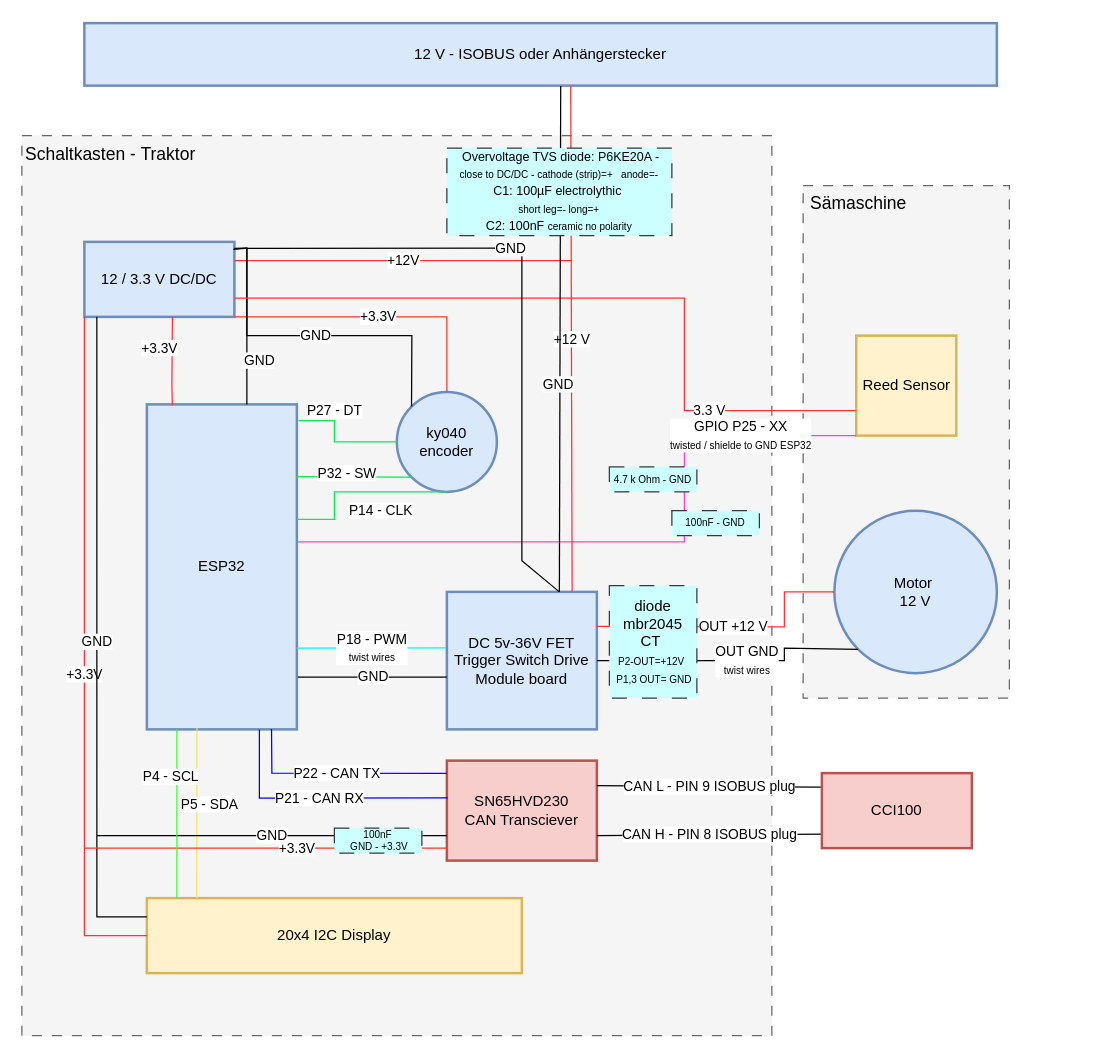
janpfrang/Ali-s-ISOBUS-motorcontrol keeps this draw.io diagram as docs_requirements/circuit_20260222.drawio. Above is the earlier version. Source tidied: cells renumbered, new cells numbered last; positions are measured from the earlier drawing's top-left corner, leaving out a move shared by most shapes. Both pictures are drawn from the tidied source at 125%, with x=0, y=0 at pixel (21, 22).
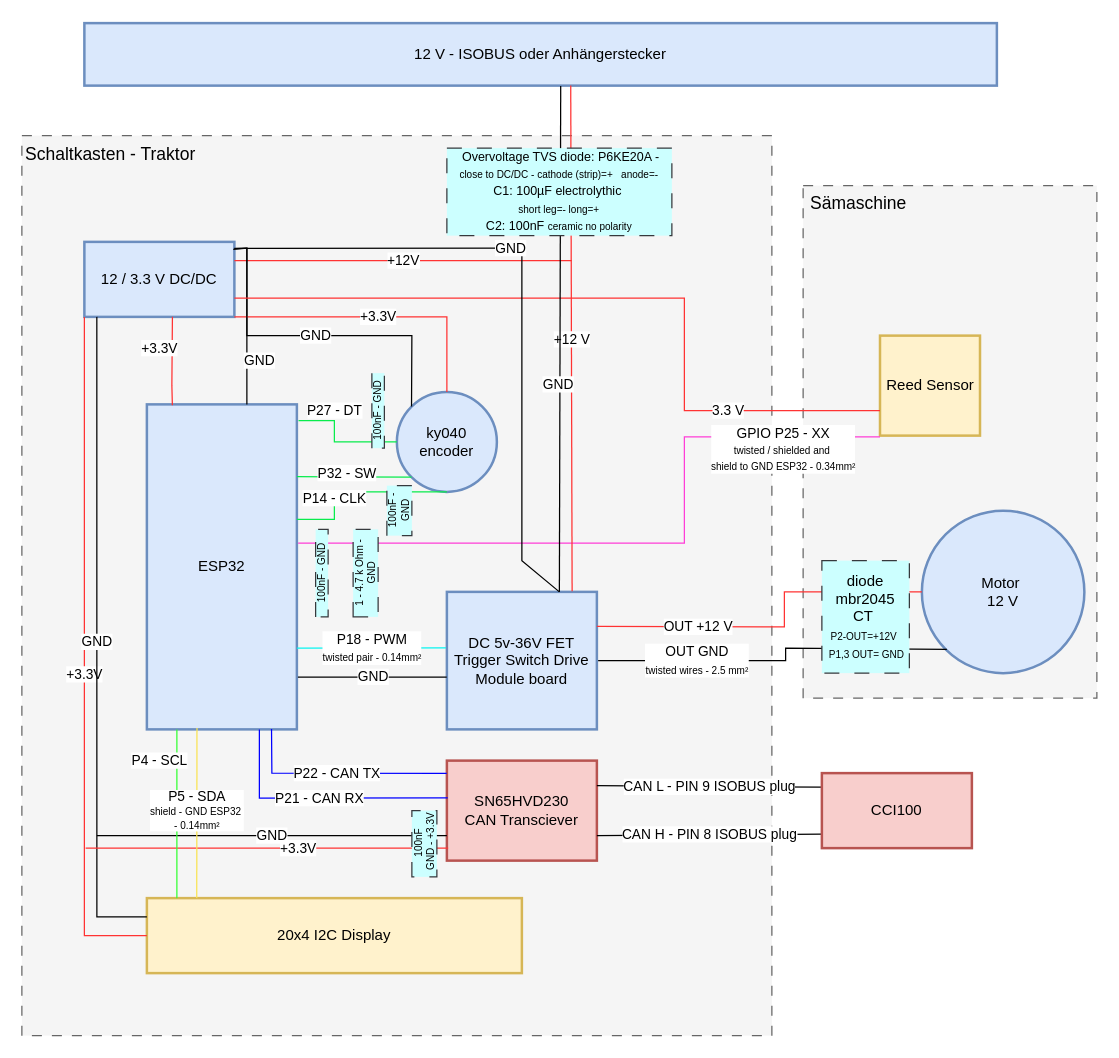
The same page after the edit.

Commit message:
Modify circuit diagram dimensions and positions

Updated the dimensions and positions of various components in the circuit diagram.

The change refers to these unchanged cells:
```xml
<mxCell id="6" value="ESP32" style="rounded=0;whiteSpace=wrap;html=1;strokeWidth=2;fillColor=#dae8fc;strokeColor=#6c8ebf;" parent="1" vertex="1">
  <mxGeometry x="100" y="305" width="120" height="260" as="geometry" />
</mxCell>
<mxCell id="7" value="20x4 I2C Display" style="rounded=0;whiteSpace=wrap;html=1;strokeWidth=2;fillColor=#fff2cc;strokeColor=#d6b656;" parent="1" vertex="1">
  <mxGeometry x="100" y="700" width="300" height="60" as="geometry" />
</mxCell>
<mxCell id="8" value="ky040 encoder" style="ellipse;whiteSpace=wrap;html=1;strokeWidth=2;fillColor=#dae8fc;strokeColor=#6c8ebf;" parent="1" vertex="1">
  <mxGeometry x="300" y="295" width="80" height="80" as="geometry" />
</mxCell>
<mxCell id="11" value="DC 5v-36V FET Trigger Switch Drive Module board" style="rounded=0;whiteSpace=wrap;html=1;strokeWidth=2;fillColor=#dae8fc;strokeColor=#6c8ebf;" parent="1" vertex="1">
  <mxGeometry x="340" y="455" width="120" height="110" as="geometry" />
</mxCell>
<mxCell id="31" value="SN65HVD230&lt;div&gt;CAN Transciever&lt;/div&gt;" style="rounded=0;whiteSpace=wrap;html=1;strokeWidth=2;fillColor=#f8cecc;strokeColor=#b85450;" parent="1" vertex="1">
  <mxGeometry x="340" y="590" width="120" height="80" as="geometry" />
</mxCell>
```

The edit, as a diff of the source:
```diff
@@
     <mxCell id="2" style="rounded=0;whiteSpace=wrap;html=1;dashed=1;dashPattern=8 8;align=center;fillColor=#f5f5f5;fontColor=#333333;strokeColor=#666666;" parent="1" vertex="1">
-      <mxGeometry x="625" y="130" width="165" height="410" as="geometry" />
+      <mxGeometry x="625" y="130" width="235" height="410" as="geometry" />
     </mxCell>
@@
     <mxCell id="9" value="Motor&amp;nbsp;&lt;div&gt;12 V&lt;/div&gt;" style="ellipse;whiteSpace=wrap;html=1;strokeWidth=2;fillColor=#dae8fc;strokeColor=#6c8ebf;" parent="1" vertex="1">
-      <mxGeometry x="650" y="390" width="130" height="130" as="geometry" />
+      <mxGeometry x="720" y="390" width="130" height="130" as="geometry" />
     </mxCell>
     <mxCell id="10" value="Reed Sensor" style="whiteSpace=wrap;html=1;strokeWidth=2;fillColor=#fff2cc;strokeColor=#d6b656;" parent="1" vertex="1">
-      <mxGeometry x="667.5" y="250" width="80" height="80" as="geometry" />
+      <mxGeometry x="686.5" y="250" width="80" height="80" as="geometry" />
     </mxCell>
@@
-    <mxCell id="13" value="P5 - SDA" style="endArrow=none;html=1;rounded=0;exitX=0.334;exitY=0.996;exitDx=0;exitDy=0;exitPerimeter=0;entryX=0.133;entryY=0;entryDx=0;entryDy=0;entryPerimeter=0;strokeColor=light-dark(#f9e353, #ededed);" parent="1" edge="1" source="6" target="7">
-      <mxGeometry x="-0.1" y="10" relative="1" as="geometry" />
-    </mxCell>
@@
     <mxCell id="22" value="P14 - CLK" style="endArrow=none;html=1;rounded=0;entryX=0.5;entryY=1;entryDx=0;entryDy=0;strokeColor=light-dark(#09ec4d, #ededed);" parent="1" edge="1" target="8">
-      <mxGeometry x="0.26" y="-15" relative="1" as="geometry">
+      <mxGeometry x="-0.34" relative="1" as="geometry">
         <mxPoint x="220" y="397" as="sourcePoint" />
         <Array as="points">
           <mxPoint x="250" y="397" />
           <mxPoint x="250" y="375" />
         </Array>
       </mxGeometry>
     </mxCell>
-    <mxCell id="23" value="&lt;div&gt;GPIO P25 - XX&lt;/div&gt;&lt;div&gt;&lt;font style=&quot;font-size: 8px;&quot;&gt;twisted / shielde to GND ESP32&lt;/font&gt;&lt;/div&gt;" style="endArrow=none;html=1;rounded=0;exitX=1.008;exitY=0.423;exitDx=0;exitDy=0;entryX=0;entryY=1;entryDx=0;entryDy=0;strokeColor=#FF3ED8;exitPerimeter=0;" parent="1" edge="1" source="6" target="10">
-      <mxGeometry x="0.65" relative="1" as="geometry">
+    <mxCell id="23" value="&lt;div&gt;GPIO P25 - XX&lt;/div&gt;&lt;div&gt;&lt;font style=&quot;font-size: 8px;&quot;&gt;twisted / shielded and&amp;nbsp;&lt;/font&gt;&lt;/div&gt;&lt;div&gt;&lt;font style=&quot;font-size: 8px;&quot;&gt;shield to GND ESP32 - 0.34mm²&lt;/font&gt;&lt;/div&gt;" style="endArrow=none;html=1;rounded=0;exitX=1.008;exitY=0.423;exitDx=0;exitDy=0;entryX=0;entryY=1;entryDx=0;entryDy=0;strokeColor=#FF3ED8;exitPerimeter=0;" parent="1" edge="1">
+      <mxGeometry x="0.72" y="-10" relative="1" as="geometry">
+        <mxPoint x="221" y="416" as="sourcePoint" />
+        <mxPoint x="686.5" y="331" as="targetPoint" />
         <Array as="points">
-          <mxPoint x="530" y="415" />
-          <mxPoint x="530" y="330" />
+          <mxPoint x="530" y="416" />
+          <mxPoint x="530" y="331" />
         </Array>
       </mxGeometry>
     </mxCell>
@@
     <mxCell id="27" value="OUT +12 V" style="endArrow=none;html=1;rounded=0;entryX=1;entryY=0.25;entryDx=0;entryDy=0;strokeColor=#FF3333;exitX=0;exitY=0.5;exitDx=0;exitDy=0;" parent="1" edge="1" source="9" target="11">
-      <mxGeometry relative="1" as="geometry">
+      <mxGeometry x="0.44" relative="1" as="geometry">
         <Array as="points">
           <mxPoint x="610" y="455" />
           <mxPoint x="610" y="483" />
         </Array>
       </mxGeometry>
     </mxCell>
-    <mxCell id="28" value="OUT GND&lt;div&gt;&lt;font style=&quot;font-size: 8px;&quot;&gt;twist wires&lt;/font&gt;&lt;/div&gt;" style="endArrow=none;html=1;rounded=0;exitX=0;exitY=1;exitDx=0;exitDy=0;entryX=1;entryY=0.5;entryDx=0;entryDy=0;" parent="1" edge="1" source="9" target="11">
-      <mxGeometry x="-0.1" relative="1" as="geometry">
+    <mxCell id="28" value="OUT GND&lt;div&gt;&lt;font style=&quot;font-size: 8px;&quot;&gt;twisted wires - 2.5 mm²&lt;/font&gt;&lt;/div&gt;" style="endArrow=none;html=1;rounded=0;exitX=0;exitY=1;exitDx=0;exitDy=0;entryX=1;entryY=0.5;entryDx=0;entryDy=0;" parent="1" edge="1">
+      <mxGeometry x="0.45" relative="1" as="geometry">
+        <mxPoint x="740" y="501" as="sourcePoint" />
+        <mxPoint x="461" y="510" as="targetPoint" />
         <Array as="points">
-          <mxPoint x="610" y="500" />
-          <mxPoint x="610" y="510" />
+          <mxPoint x="611" y="500" />
+          <mxPoint x="611" y="510" />
         </Array>
       </mxGeometry>
     </mxCell>
-    <mxCell id="29" value="P18 - PWM&lt;div&gt;&lt;font style=&quot;font-size: 8px;&quot;&gt;twist wires&lt;/font&gt;&lt;/div&gt;" style="endArrow=none;html=1;rounded=0;exitX=1;exitY=0.75;exitDx=0;exitDy=0;entryX=-0.006;entryY=0.407;entryDx=0;entryDy=0;entryPerimeter=0;strokeColor=light-dark(#0af5f1, #ededed);" parent="1" edge="1" source="6" target="11">
+    <mxCell id="29" value="P18 - PWM&lt;div&gt;&lt;font style=&quot;font-size: 8px;&quot;&gt;twisted pair - 0.14mm²&lt;/font&gt;&lt;/div&gt;" style="endArrow=none;html=1;rounded=0;exitX=1;exitY=0.75;exitDx=0;exitDy=0;entryX=-0.006;entryY=0.407;entryDx=0;entryDy=0;entryPerimeter=0;strokeColor=light-dark(#0af5f1, #ededed);" parent="1" edge="1" source="6" target="11">
       <mxGeometry relative="1" as="geometry" />
     </mxCell>
@@
-    <mxCell id="34" value="+3.3V" style="endArrow=none;html=1;rounded=0;entryX=0;entryY=0.875;entryDx=0;entryDy=0;strokeColor=#FF3333;entryPerimeter=0;" parent="1" edge="1" target="31">
+    <mxCell id="34" value="+3.3V" style="endArrow=none;html=1;rounded=0;entryX=0;entryY=0.875;entryDx=0;entryDy=0;strokeColor=#FF3333;entryPerimeter=0;" parent="1" edge="1">
       <mxGeometry x="0.17" relative="1" as="geometry">
-        <mxPoint x="50" y="660" as="sourcePoint" />
+        <mxPoint x="51" y="660" as="sourcePoint" />
+        <mxPoint x="341" y="660" as="targetPoint" />
         <Array as="points">
-          <mxPoint x="220" y="660" />
+          <mxPoint x="221" y="660" />
         </Array>
       </mxGeometry>
     </mxCell>
@@
     <mxCell id="38" value="diode mbr2045&lt;div&gt;CT&amp;nbsp;&lt;/div&gt;&lt;div&gt;&lt;font style=&quot;font-size: 8px;&quot;&gt;P2-OUT=+12V&amp;nbsp; &amp;nbsp;P1,3 OUT= GND&lt;/font&gt;&lt;/div&gt;" style="rounded=0;whiteSpace=wrap;html=1;dashed=1;dashPattern=12 12;fillColor=light-dark(#ccffff, #006f6f);strokeColor=#36393d;" parent="1" vertex="1">
-      <mxGeometry x="470" y="450" width="70" height="90" as="geometry" />
+      <mxGeometry x="640" y="430" width="70" height="90" as="geometry" />
     </mxCell>
@@
     <mxCell id="42" value="P4 - SCL" style="endArrow=none;html=1;rounded=0;exitX=0.2;exitY=1;exitDx=0;exitDy=0;exitPerimeter=0;entryX=0.08;entryY=0;entryDx=0;entryDy=0;entryPerimeter=0;strokeColor=#33FF33;" parent="1" edge="1" source="6" target="7">
-      <mxGeometry x="-0.44" y="-5" relative="1" as="geometry" />
+      <mxGeometry x="-0.63" y="-14" relative="1" as="geometry" />
     </mxCell>
@@
-    <mxCell id="45" value="4.7 k Ohm - GND" style="rounded=0;whiteSpace=wrap;html=1;fillColor=light-dark(#ccffff, #006f6f);strokeColor=#36393d;dashed=1;dashPattern=12 12;fontSize=8;" parent="1" vertex="1">
-      <mxGeometry x="470" y="355" width="70" height="20" as="geometry" />
+    <mxCell id="45" value="1 - 4.7 k Ohm - GND" style="rounded=0;whiteSpace=wrap;html=1;fillColor=light-dark(#ccffff, #006f6f);strokeColor=#36393d;dashed=1;dashPattern=12 12;fontSize=8;rotation=-90;" parent="1" vertex="1">
+      <mxGeometry x="240" y="430" width="70" height="20" as="geometry" />
     </mxCell>
-    <mxCell id="46" value="100nF - GND" style="rounded=0;whiteSpace=wrap;html=1;fillColor=light-dark(#ccffff, #006f6f);strokeColor=#36393d;dashed=1;dashPattern=12 12;fontSize=8;" parent="1" vertex="1">
-      <mxGeometry x="520" y="390" width="70" height="20" as="geometry" />
+    <mxCell id="46" value="100nF - GND" style="rounded=0;whiteSpace=wrap;html=1;fillColor=light-dark(#ccffff, #006f6f);strokeColor=#36393d;dashed=1;dashPattern=12 12;fontSize=8;rotation=-90;" parent="1" vertex="1">
+      <mxGeometry x="205" y="435" width="70" height="10" as="geometry" />
     </mxCell>
-    <mxCell id="47" value="&lt;div&gt;100nF&lt;/div&gt;&lt;div&gt;&amp;nbsp;GND - +3.3V&lt;/div&gt;" style="rounded=0;whiteSpace=wrap;html=1;fillColor=light-dark(#ccffff, #006f6f);strokeColor=#36393d;dashed=1;dashPattern=12 12;fontSize=8;" parent="1" vertex="1">
-      <mxGeometry x="250" y="644" width="70" height="20" as="geometry" />
+    <mxCell id="47" value="&lt;div&gt;100nF&lt;/div&gt;&lt;div&gt;&amp;nbsp;GND - +3.3V&lt;/div&gt;" style="rounded=0;whiteSpace=wrap;html=1;fillColor=light-dark(#ccffff, #006f6f);strokeColor=#36393d;dashed=1;dashPattern=12 12;fontSize=8;rotation=-90;" parent="1" vertex="1">
+      <mxGeometry x="295.5" y="646.5" width="53" height="20" as="geometry" />
     </mxCell>
+    <mxCell id="48" value="100nF - GND" style="rounded=0;whiteSpace=wrap;html=1;fillColor=light-dark(#ccffff, #006f6f);strokeColor=#36393d;dashed=1;dashPattern=12 12;fontSize=8;rotation=-90;" parent="1" vertex="1">
+      <mxGeometry x="255" y="305" width="60" height="10" as="geometry" />
+    </mxCell>
+    <mxCell id="49" value="100nF - GND" style="rounded=0;whiteSpace=wrap;html=1;fillColor=light-dark(#ccffff, #006f6f);strokeColor=#36393d;dashed=1;dashPattern=12 12;fontSize=8;rotation=-90;" parent="1" vertex="1">
+      <mxGeometry x="282" y="380" width="40" height="20" as="geometry" />
+    </mxCell>
+    <mxCell id="13" value="&lt;div style=&quot;line-height: 100%;&quot;&gt;P5 - SDA&lt;div&gt;&lt;div&gt;&lt;font style=&quot;font-size: 8px; line-height: 100%;&quot;&gt;shield -&lt;/font&gt;&lt;span style=&quot;font-size: 8px; background-color: light-dark(#ffffff, var(--ge-dark-color, #121212)); color: light-dark(rgb(0, 0, 0), rgb(255, 255, 255)); line-height: 100%;&quot;&gt;&amp;nbsp;GND ESP32&amp;nbsp;&lt;/span&gt;&lt;/div&gt;&lt;div&gt;&lt;span style=&quot;font-size: 8px; background-color: light-dark(#ffffff, var(--ge-dark-color, #121212)); color: light-dark(rgb(0, 0, 0), rgb(255, 255, 255)); line-height: 100%;&quot;&gt;- 0.14mm²&lt;/span&gt;&lt;/div&gt;&lt;/div&gt;&lt;/div&gt;" style="endArrow=none;html=1;rounded=0;exitX=0.334;exitY=0.996;exitDx=0;exitDy=0;exitPerimeter=0;entryX=0.133;entryY=0;entryDx=0;entryDy=0;entryPerimeter=0;strokeColor=light-dark(#f9e353, #ededed);" parent="1" edge="1" source="6" target="7">
+      <mxGeometry x="-0.03" relative="1" as="geometry" />
+    </mxCell>
```
